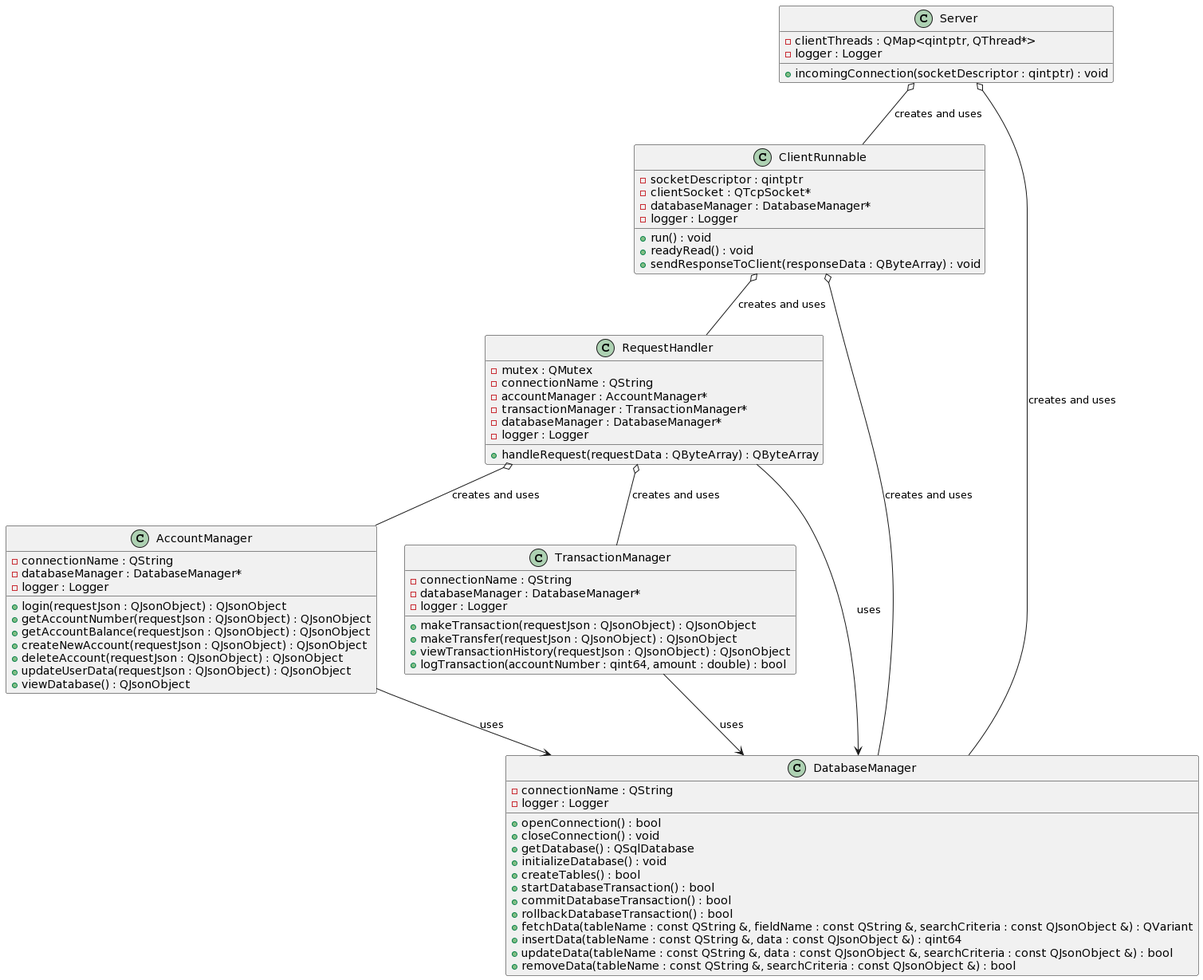
Abdelrahman-Aldesoky/Bank_Server_Client-Qt keeps this PlantUML diagram as classDiagramUML.png. Above is the earlier version.
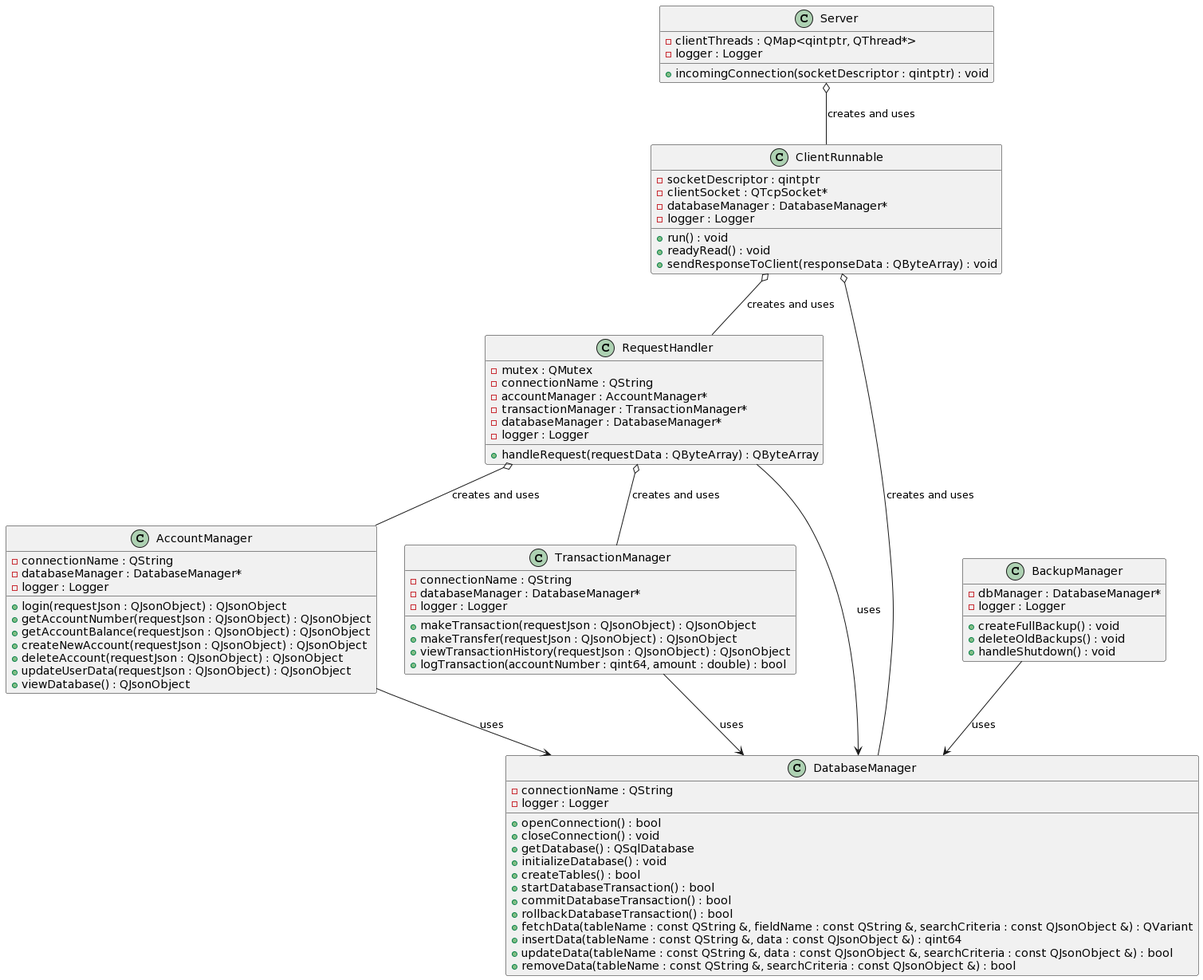
The same diagram one commit later.

What changed in the source:
```diff
@@ -65,8 +65,15 @@
     +removeData(tableName : const QString &, searchCriteria : const QJsonObject &) : bool
 }
 
+class BackupManager {
+    -dbManager : DatabaseManager*
+    -logger : Logger
+    +createFullBackup() : void
+    +deleteOldBackups() : void
+    +handleShutdown() : void
+}
+
 Server o-- ClientRunnable : creates and uses
-Server o-- DatabaseManager : creates and uses
 ClientRunnable o-- DatabaseManager : creates and uses
 ClientRunnable o-- RequestHandler : creates and uses
 RequestHandler o-- AccountManager : creates and uses
@@ -74,4 +81,5 @@
 RequestHandler --> DatabaseManager : uses
 AccountManager --> DatabaseManager : uses
 TransactionManager --> DatabaseManager : uses
+BackupManager --> DatabaseManager : uses
 @enduml
```
